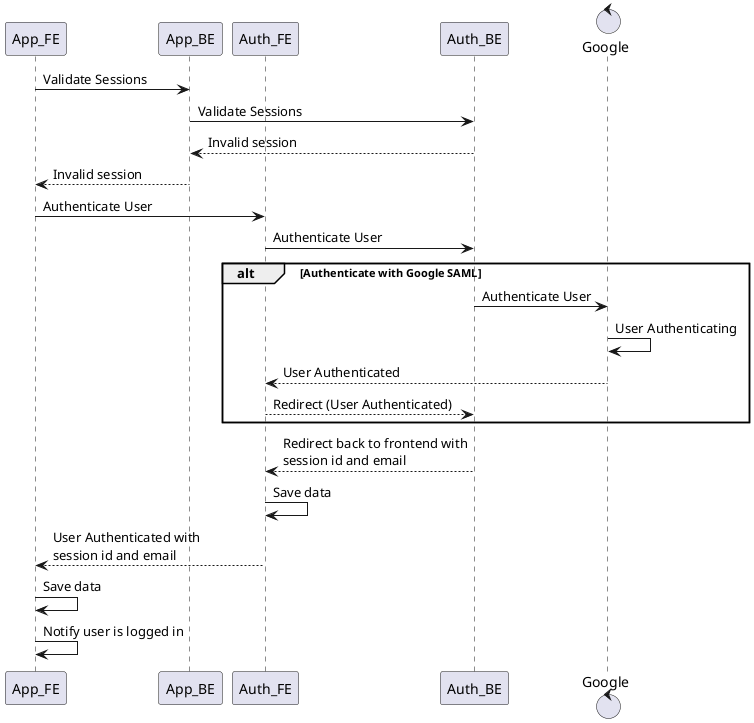
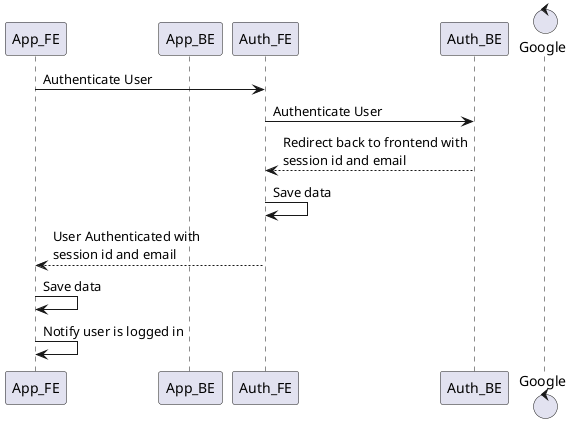
@startuml
participant App_FE
participant App_BE
participant Auth_FE
participant Auth_BE
control Google

- App_FE -> App_BE: Validate Sessions
- App_BE -> Auth_BE: Validate Sessions
- Auth_BE --> App_BE: Invalid session
- App_BE --> App_FE: Invalid session
App_FE -> Auth_FE: Authenticate User
Auth_FE -> Auth_BE: Authenticate User

- alt Authenticate with Google SAML
- 
-     Auth_BE -> Google: Authenticate User
-     Google -> Google: User Authenticating
-     Google --> Auth_FE: User Authenticated
-     Auth_FE --> Auth_BE: Redirect (User Authenticated)
- 
- end

Auth_BE --> Auth_FE: Redirect back to frontend with\nsession id and email
Auth_FE -> Auth_FE: Save data
Auth_FE --> App_FE: User Authenticated with\nsession id and email
App_FE -> App_FE: Save data
App_FE -> App_FE: Notify user is logged in
@enduml